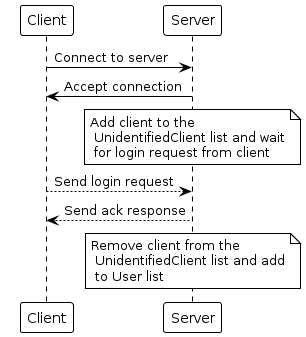
Before: deliverables/login.png, a diagram exported from PlantUML (MarcoMeinardi/ing-sw-2023-Maltagliati-Manfredonia-Meinardi-Merlino).
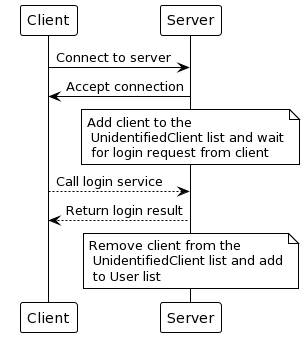
The same diagram one commit later.

Change to the diagram source:
```diff
@@ -6,7 +6,7 @@
 C -> S: Connect to server
 S -> C: Accept connection
 note over S: Add client to the\n UnidentifiedClient list and wait\n for login request from client
-C --> S: Send login request
-S --> C: Send ack response
+C --> S: Call login service
+S --> C: Return login result
 note over S: Remove client from the\n UnidentifiedClient list and add\n to User list
 @enduml
```
